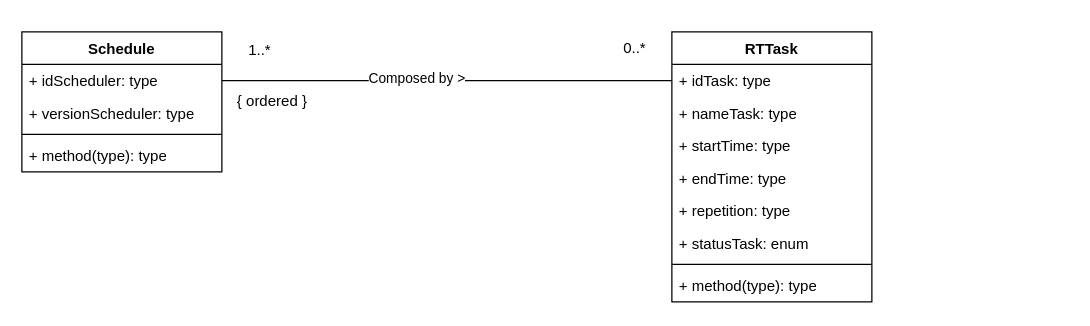
GeoDimi99/SpaceRTM keeps this draw.io diagram as docs/uml/orchestrator-class-diagram.drawio. Above is the earlier version. Source tidied: cells renumbered, new cells numbered last; positions are measured from the earlier drawing's top-left corner, leaving out a move shared by most shapes. Both pictures are drawn from the tidied source at 125%, with x=0, y=0 at pixel (21, 29).
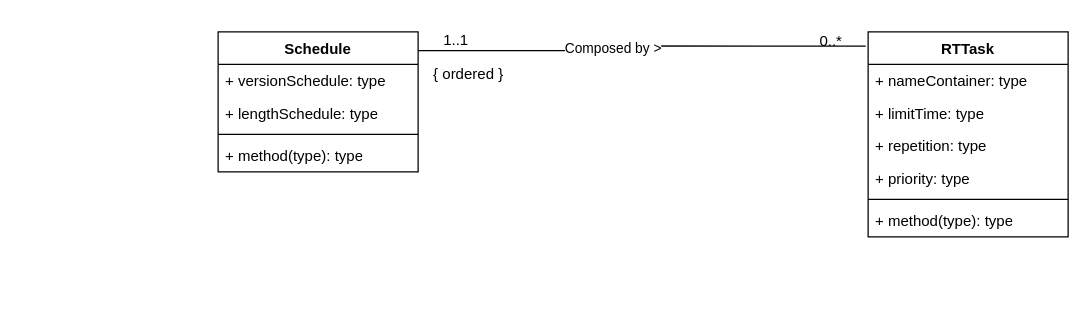
Above is the later version.

What changed in the source:
```diff
@@
     <mxCell id="2" value="RTTask" style="swimlane;fontStyle=1;align=center;verticalAlign=top;horizontal=1;startSize=26;whiteSpace=wrap;html=1;" parent="1" vertex="1">
-      <mxGeometry x="520" y="2" width="160" height="216" as="geometry" />
+      <mxGeometry x="677" y="2" width="160" height="164" as="geometry" />
     </mxCell>
-    <mxCell id="3" value="+ idTask: type" style="text;strokeColor=none;fillColor=none;align=left;verticalAlign=top;spacingLeft=4;spacingRight=4;overflow=hidden;points=[[0,0.5],[1,0.5]];portConstraint=eastwest;whiteSpace=wrap;html=1;" parent="2" vertex="1">
-      <mxGeometry y="26" width="160" height="26" as="geometry" />
-    </mxCell>
-    <mxCell id="4" value="+ nameTask: type" style="text;strokeColor=none;fillColor=none;align=left;verticalAlign=top;spacingLeft=4;spacingRight=4;overflow=hidden;whiteSpace=wrap;html=1;" parent="2" vertex="1">
-      <mxGeometry y="52" width="160" height="26" as="geometry" />
+    <mxCell id="4" value="+ nameContainer: type" style="text;strokeColor=none;fillColor=none;align=left;verticalAlign=top;spacingLeft=4;spacingRight=4;overflow=hidden;whiteSpace=wrap;html=1;" parent="2" vertex="1">
+      <mxGeometry y="26" width="160" height="26" as="geometry" />
     </mxCell>
-    <mxCell id="5" value="+ startTime: type" style="text;strokeColor=none;fillColor=none;align=left;verticalAlign=top;spacingLeft=4;spacingRight=4;overflow=hidden;whiteSpace=wrap;html=1;" parent="2" vertex="1">
-      <mxGeometry y="78" width="160" height="26" as="geometry" />
+    <mxCell id="5" value="+ limitTime: type" style="text;strokeColor=none;fillColor=none;align=left;verticalAlign=top;spacingLeft=4;spacingRight=4;overflow=hidden;whiteSpace=wrap;html=1;" parent="2" vertex="1">
+      <mxGeometry y="52" width="160" height="26" as="geometry" />
     </mxCell>
-    <mxCell id="6" value="+ endTime: type" style="text;strokeColor=none;fillColor=none;align=left;verticalAlign=top;spacingLeft=4;spacingRight=4;overflow=hidden;whiteSpace=wrap;html=1;" parent="2" vertex="1">
-      <mxGeometry y="104" width="160" height="26" as="geometry" />
-    </mxCell>
     <mxCell id="7" value="+ repetition: type" style="text;strokeColor=none;fillColor=none;align=left;verticalAlign=top;spacingLeft=4;spacingRight=4;overflow=hidden;whiteSpace=wrap;html=1;" parent="2" vertex="1">
-      <mxGeometry y="130" width="160" height="26" as="geometry" />
+      <mxGeometry y="78" width="160" height="26" as="geometry" />
     </mxCell>
-    <mxCell id="8" value="+ statusTask: enum" style="text;strokeColor=none;fillColor=none;align=left;verticalAlign=top;spacingLeft=4;spacingRight=4;overflow=hidden;whiteSpace=wrap;html=1;" parent="2" vertex="1">
-      <mxGeometry y="156" width="160" height="26" as="geometry" />
+    <mxCell id="8" value="+ priority: type" style="text;strokeColor=none;fillColor=none;align=left;verticalAlign=top;spacingLeft=4;spacingRight=4;overflow=hidden;whiteSpace=wrap;html=1;" parent="2" vertex="1">
+      <mxGeometry y="104" width="160" height="26" as="geometry" />
     </mxCell>
     <mxCell id="9" style="line;strokeWidth=1;fillColor=none;align=left;verticalAlign=middle;spacingTop=-1;spacingLeft=3;spacingRight=3;labelPosition=right;strokeColor=inherit;" parent="2" vertex="1">
-      <mxGeometry y="182" width="160" height="8" as="geometry" />
+      <mxGeometry y="130" width="160" height="8" as="geometry" />
     </mxCell>
     <mxCell id="10" value="+ method(type): type" style="text;strokeColor=none;fillColor=none;align=left;verticalAlign=top;spacingLeft=4;spacingRight=4;overflow=hidden;whiteSpace=wrap;html=1;" parent="2" vertex="1">
-      <mxGeometry y="190" width="160" height="26" as="geometry" />
+      <mxGeometry y="138" width="160" height="26" as="geometry" />
     </mxCell>
     <mxCell id="11" value="Schedule" style="swimlane;fontStyle=1;align=center;verticalAlign=top;horizontal=1;startSize=26;whiteSpace=wrap;html=1;" parent="1" vertex="1">
-      <mxGeometry y="2" width="160" height="112" as="geometry" />
+      <mxGeometry x="157" y="2" width="160" height="112" as="geometry" />
     </mxCell>
-    <mxCell id="12" value="+ idScheduler: type" style="text;strokeColor=none;fillColor=none;align=left;verticalAlign=top;spacingLeft=4;spacingRight=4;overflow=hidden;points=[[0,0.5],[1,0.5]];portConstraint=eastwest;whiteSpace=wrap;html=1;" parent="11" vertex="1">
-      <mxGeometry y="26" width="160" height="26" as="geometry" />
-    </mxCell>
-    <mxCell id="13" value="+ versionScheduler: type" style="text;strokeColor=none;fillColor=none;align=left;verticalAlign=top;spacingLeft=4;spacingRight=4;overflow=hidden;whiteSpace=wrap;html=1;" parent="11" vertex="1">
-      <mxGeometry y="52" width="160" height="26" as="geometry" />
+    <mxCell id="13" value="+ versionSchedule: type" style="text;strokeColor=none;fillColor=none;align=left;verticalAlign=top;spacingLeft=4;spacingRight=4;overflow=hidden;whiteSpace=wrap;html=1;" parent="11" vertex="1">
+      <mxGeometry y="26" width="160" height="26" as="geometry" />
     </mxCell>
+    <mxCell id="21" value="+ lengthSchedule: type" style="text;strokeColor=none;fillColor=none;align=left;verticalAlign=top;spacingLeft=4;spacingRight=4;overflow=hidden;whiteSpace=wrap;html=1;" parent="11" vertex="1">
+      <mxGeometry y="52" width="160" height="26" as="geometry" />
+    </mxCell>
@@
-    <mxCell id="16" style="edgeStyle=orthogonalEdgeStyle;rounded=0;jettySize=auto;html=1;exitX=1;exitY=0.5;exitDx=0;exitDy=0;entryX=0;entryY=0.5;entryDx=0;entryDy=0;endArrow=none;endFill=0;" parent="1" edge="1" source="12" target="3">
+    <mxCell id="16" style="edgeStyle=orthogonalEdgeStyle;rounded=0;jettySize=auto;html=1;exitX=1;exitY=0.134;exitDx=0;exitDy=0;entryX=-0.012;entryY=0.069;entryDx=0;entryDy=0;endArrow=none;endFill=0;entryPerimeter=0;exitPerimeter=0;" parent="1" edge="1" source="11" target="2">
       <mxGeometry relative="1" as="geometry" />
     </mxCell>
@@
     <mxCell id="18" value="{ ordered }" style="text;html=1;align=center;verticalAlign=middle;strokeColor=none;fillColor=none;" parent="1" vertex="1">
-      <mxGeometry x="160" y="43" width="80" height="30" as="geometry" />
+      <mxGeometry x="317" y="21" width="80" height="30" as="geometry" />
     </mxCell>
-    <mxCell id="19" value="1..*" style="text;html=1;align=center;verticalAlign=middle;strokeColor=none;fillColor=none;" parent="1" vertex="1">
-      <mxGeometry x="170" y="2" width="40" height="30" as="geometry" />
+    <mxCell id="19" value="1..1" style="text;html=1;align=center;verticalAlign=middle;strokeColor=none;fillColor=none;" parent="1" vertex="1">
+      <mxGeometry x="327" y="-6" width="40" height="30" as="geometry" />
     </mxCell>
     <mxCell id="20" value="0..*" style="text;html=1;align=center;verticalAlign=middle;strokeColor=none;fillColor=none;" parent="1" vertex="1">
-      <mxGeometry x="470" width="40" height="30" as="geometry" />
+      <mxGeometry x="627" y="-5" width="40" height="30" as="geometry" />
     </mxCell>
```
